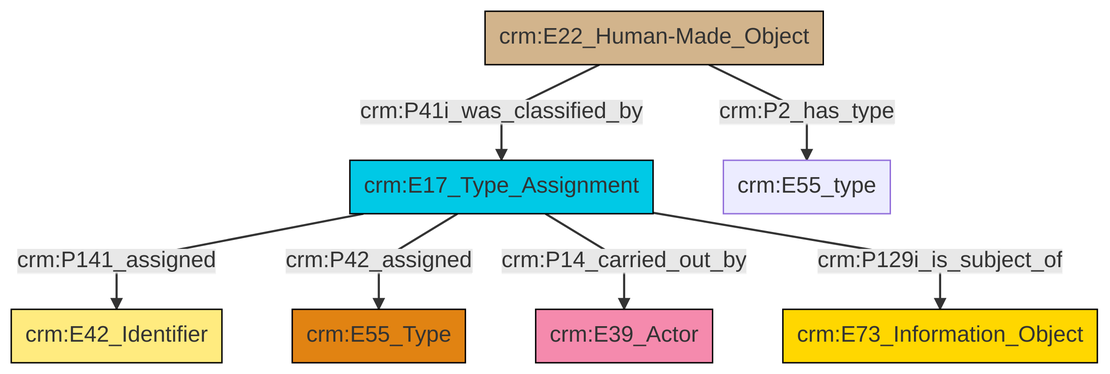
This is et/builtWorkCSV/ttl/mmd/png/Built_Work_designation_status.png from swiss-art-research-net/docs.swissartresearch, a Mermaid export, as it was before one commit. Its source is kept beside it as et/builtWorkCSV/ttl/mmd/Built_Work_designation_status.ttl.mmd.
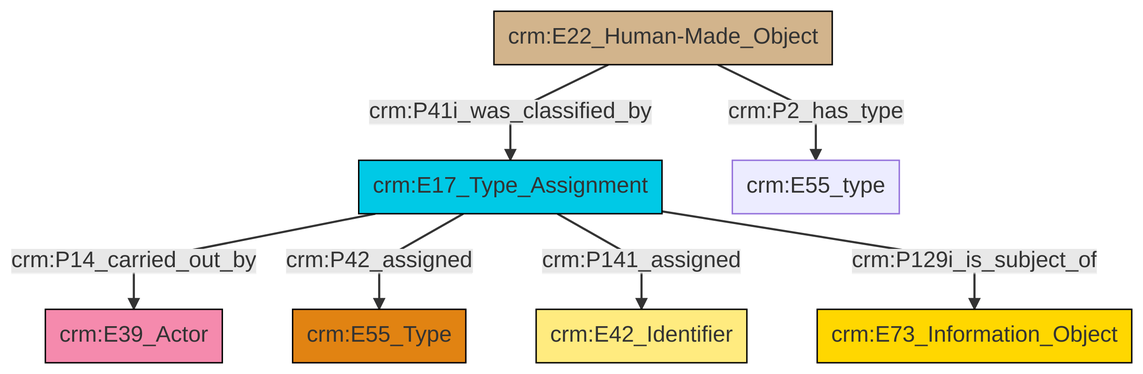
After the change.

The edit, as a diff of the source:
```diff
@@ -13,9 +13,9 @@
 classDef PC_Classes fill:#4ce600, stroke:#000000;
 classDef Multi fill:#cccccc,stroke:#000000;
 
-4["crm:E22_Human-Made_Object"]:::Physical_Thing -->|crm:P2_has_type| 5["crm:E55_type"]:::Default
-0["crm:E17_Type_Assignment"]:::Temporal_Entity -->|crm:P141_assigned| 10["crm:E42_Identifier"]:::Appellation
-0["crm:E17_Type_Assignment"]:::Temporal_Entity -->|crm:P42_assigned| 2["crm:E55_Type"]:::Type
-0["crm:E17_Type_Assignment"]:::Temporal_Entity -->|crm:P14_carried_out_by| 8["crm:E39_Actor"]:::Actor
-0["crm:E17_Type_Assignment"]:::Temporal_Entity -->|crm:P129i_is_subject_of| 12["crm:E73_Information_Object"]:::Conceptual_Object
-4["crm:E22_Human-Made_Object"]:::Physical_Thing -->|crm:P41i_was_classified_by| 0["crm:E17_Type_Assignment"]:::Temporal_Entity
+2["crm:E17_Type_Assignment"]:::Temporal_Entity -->|crm:P14_carried_out_by| 3["crm:E39_Actor"]:::Actor
+0["crm:E22_Human-Made_Object"]:::Physical_Thing -->|crm:P41i_was_classified_by| 2["crm:E17_Type_Assignment"]:::Temporal_Entity
+0["crm:E22_Human-Made_Object"]:::Physical_Thing -->|crm:P2_has_type| 6["crm:E55_type"]:::Default
+2["crm:E17_Type_Assignment"]:::Temporal_Entity -->|crm:P42_assigned| 7["crm:E55_Type"]:::Type
+2["crm:E17_Type_Assignment"]:::Temporal_Entity -->|crm:P141_assigned| 4["crm:E42_Identifier"]:::Appellation
+2["crm:E17_Type_Assignment"]:::Temporal_Entity -->|crm:P129i_is_subject_of| 12["crm:E73_Information_Object"]:::Conceptual_Object
```
